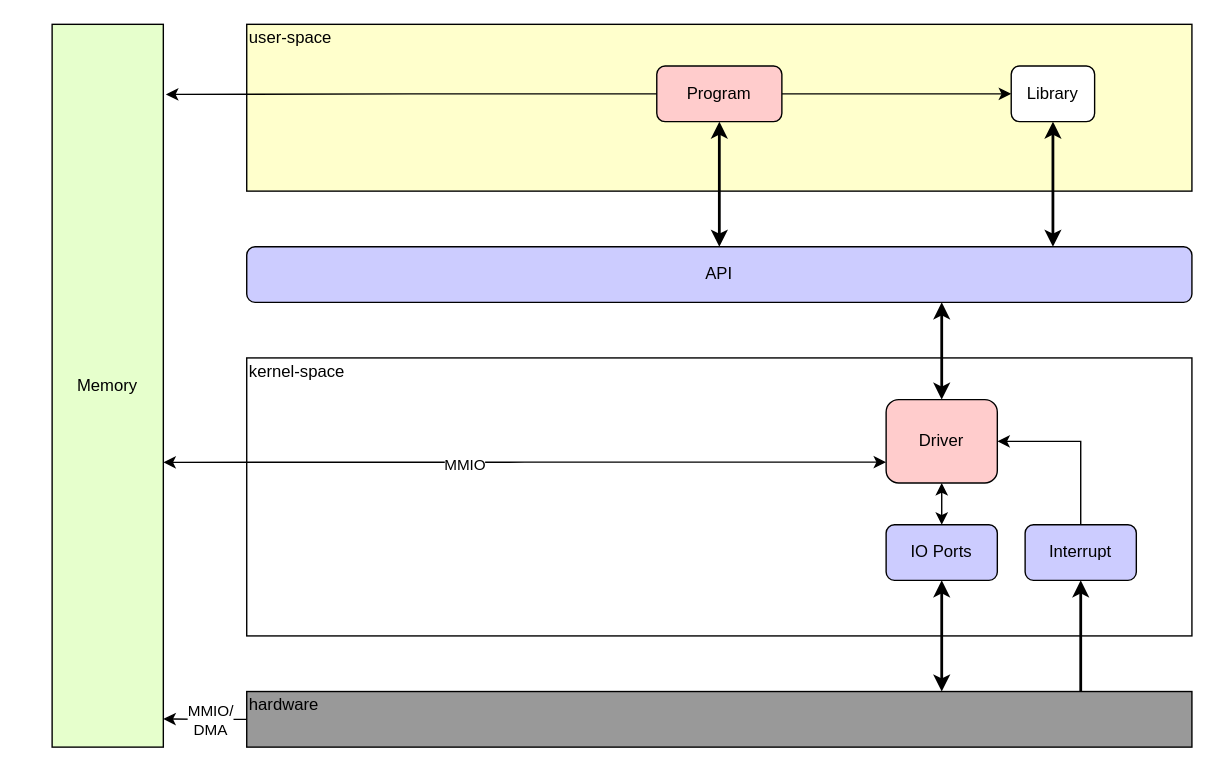
The draw.io diagram docs/os_schema.drawio in igmunv/Operation-System, before the edit. Source tidied: cells renumbered, new cells numbered last; positions are measured from the earlier drawing's top-left corner, leaving out a move shared by most shapes. Both pictures are drawn from the tidied source at 139%, with x=0, y=0 at pixel (51, 24).
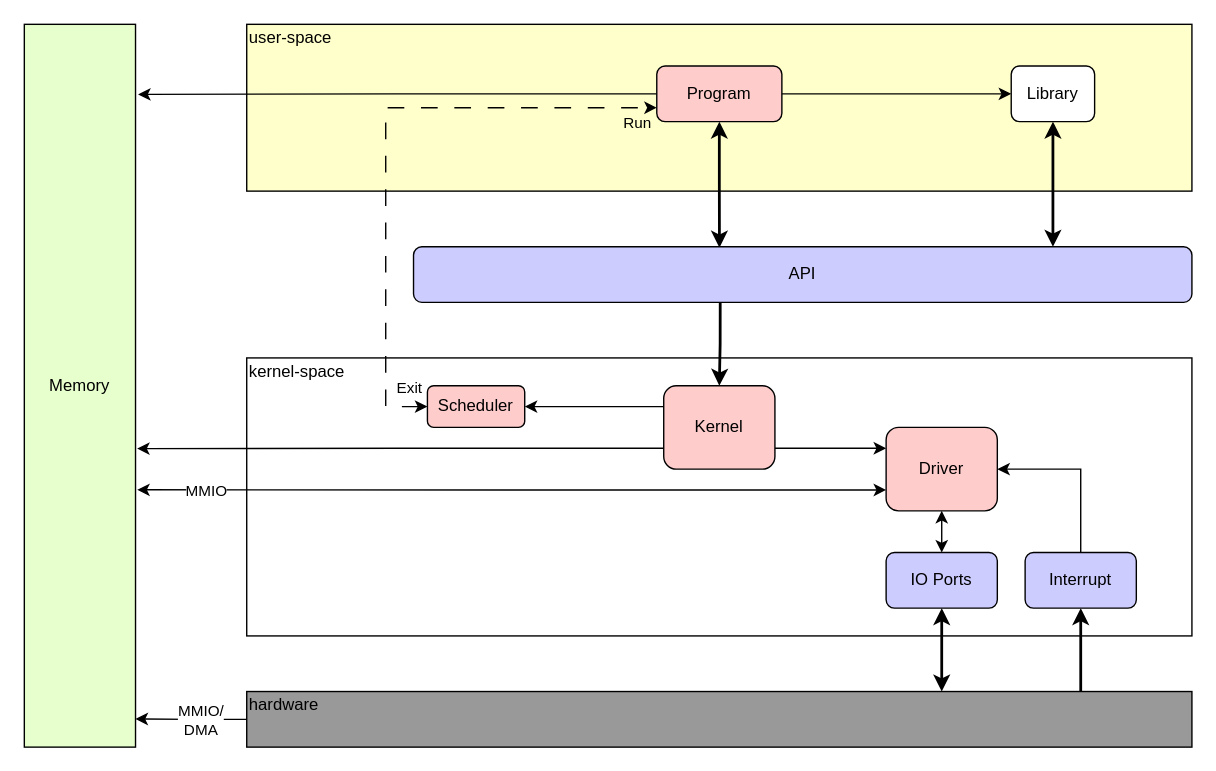
The same diagram, later.

The change refers to these unchanged cells:
```xml
<mxCell id="11" value="Program" style="rounded=1;whiteSpace=wrap;html=1;fillColor=#FFCCCC;" parent="1" vertex="1">
  <mxGeometry x="435" y="30" width="90" height="40" as="geometry" />
</mxCell>
```

Diff of the diagram source:
```diff
@@
-    <mxCell id="10" style="edgeStyle=orthogonalEdgeStyle;rounded=0;jettySize=auto;html=1;exitX=0.5;exitY=1;exitDx=0;exitDy=0;entryX=0.5;entryY=0;entryDx=0;entryDy=0;strokeWidth=2;endArrow=classic;endFill=1;startArrow=classic;startFill=1;" parent="1" edge="1" source="11" target="13">
+    <mxCell id="10" style="edgeStyle=orthogonalEdgeStyle;rounded=0;jettySize=auto;html=1;exitX=0.5;exitY=1;exitDx=0;exitDy=0;entryX=0.393;entryY=0.017;entryDx=0;entryDy=0;strokeWidth=2;endArrow=classic;endFill=1;startArrow=classic;startFill=1;entryPerimeter=0;" parent="1" edge="1" source="11" target="13">
       <mxGeometry relative="1" as="geometry" />
     </mxCell>
@@
-    <mxCell id="12" style="edgeStyle=orthogonalEdgeStyle;rounded=0;jettySize=auto;html=1;entryX=0.5;entryY=0;entryDx=0;entryDy=0;strokeWidth=2;startArrow=classic;startFill=1;" parent="1" edge="1" source="13" target="16">
-      <mxGeometry relative="1" as="geometry">
-        <Array as="points">
-          <mxPoint x="640" y="250" />
-          <mxPoint x="640" y="250" />
-        </Array>
-      </mxGeometry>
-    </mxCell>
+    <mxCell id="28" style="edgeStyle=orthogonalEdgeStyle;rounded=0;jettySize=auto;html=1;entryX=0.5;entryY=0;entryDx=0;entryDy=0;strokeWidth=2;exitX=0.394;exitY=1.003;exitDx=0;exitDy=0;exitPerimeter=0;" parent="1" edge="1" source="13" target="31">
+      <mxGeometry relative="1" as="geometry" />
+    </mxCell>
     <mxCell id="13" value="API" style="rounded=1;whiteSpace=wrap;html=1;fillColor=#CCCCFF;" parent="1" vertex="1">
-      <mxGeometry x="140" y="160" width="680" height="40" as="geometry" />
+      <mxGeometry x="260" y="160" width="560" height="40" as="geometry" />
     </mxCell>
@@
     <mxCell id="16" value="Driver" style="rounded=1;whiteSpace=wrap;html=1;fillColor=#FFCCCC;" parent="1" vertex="1">
-      <mxGeometry x="600" y="270" width="80" height="60" as="geometry" />
+      <mxGeometry x="600" y="290" width="80" height="60" as="geometry" />
     </mxCell>
@@
     <mxCell id="18" value="Memory" style="rounded=0;whiteSpace=wrap;html=1;fillColor=#E6FFCC;" parent="1" vertex="1">
-      <mxGeometry width="80" height="520" as="geometry" />
+      <mxGeometry x="-20" width="80" height="520" as="geometry" />
     </mxCell>
@@
     <mxCell id="21" value="Interrupt" style="rounded=1;whiteSpace=wrap;html=1;fillColor=#CCCCFF;" parent="1" vertex="1">
-      <mxGeometry x="700" y="360" width="80" height="40" as="geometry" />
+      <mxGeometry x="700" y="380" width="80" height="40" as="geometry" />
     </mxCell>
     <mxCell id="22" value="IO Ports" style="rounded=1;whiteSpace=wrap;html=1;fillColor=#CCCCFF;" parent="1" vertex="1">
-      <mxGeometry x="600" y="360" width="80" height="40" as="geometry" />
+      <mxGeometry x="600" y="380" width="80" height="40" as="geometry" />
     </mxCell>
@@
-    <mxCell id="26" style="edgeStyle=orthogonalEdgeStyle;rounded=0;jettySize=auto;html=1;exitX=0;exitY=0.75;exitDx=0;exitDy=0;entryX=1;entryY=0.606;entryDx=0;entryDy=0;entryPerimeter=0;startArrow=classic;startFill=1;" parent="1" edge="1" source="16" target="18">
+    <mxCell id="26" style="edgeStyle=orthogonalEdgeStyle;rounded=0;jettySize=auto;html=1;exitX=0;exitY=0.75;exitDx=0;exitDy=0;startArrow=classic;startFill=1;entryX=1.015;entryY=0.644;entryDx=0;entryDy=0;entryPerimeter=0;" parent="1" edge="1" source="16" target="18">
       <mxGeometry relative="1" as="geometry" />
     </mxCell>
     <mxCell id="27" value="MMIO" style="edgeLabel;html=1;align=center;verticalAlign=middle;" parent="26" vertex="1">
-      <mxGeometry x="0.17" y="1" relative="1" as="geometry" />
+      <mxGeometry x="0.17" y="1" relative="1" as="geometry">
+        <mxPoint x="-175" as="offset" />
+      </mxGeometry>
     </mxCell>
+    <mxCell id="29" style="edgeStyle=orthogonalEdgeStyle;rounded=0;jettySize=auto;html=1;exitX=1;exitY=0.75;exitDx=0;exitDy=0;entryX=0;entryY=0.25;entryDx=0;entryDy=0;" parent="1" edge="1" source="31" target="16">
+      <mxGeometry relative="1" as="geometry" />
+    </mxCell>
+    <mxCell id="30" style="edgeStyle=orthogonalEdgeStyle;rounded=0;jettySize=auto;html=1;exitX=0;exitY=0.25;exitDx=0;exitDy=0;entryX=1;entryY=0.5;entryDx=0;entryDy=0;" parent="1" edge="1" source="31" target="35">
+      <mxGeometry relative="1" as="geometry" />
+    </mxCell>
+    <mxCell id="31" value="Kernel" style="rounded=1;whiteSpace=wrap;html=1;fillColor=#FFCCCC;" parent="1" vertex="1">
+      <mxGeometry x="440" y="260" width="80" height="60" as="geometry" />
+    </mxCell>
+    <mxCell id="32" style="edgeStyle=orthogonalEdgeStyle;rounded=0;jettySize=auto;html=1;exitX=0;exitY=0.5;exitDx=0;exitDy=0;entryX=0;entryY=0.75;entryDx=0;entryDy=0;strokeWidth=1;dashed=1;dashPattern=12 12;startArrow=classic;startFill=1;" parent="1" edge="1" source="35" target="11">
+      <mxGeometry relative="1" as="geometry">
+        <Array as="points">
+          <mxPoint x="240" y="275" />
+          <mxPoint x="240" y="60" />
+        </Array>
+      </mxGeometry>
+    </mxCell>
+    <mxCell id="33" value="Run" style="edgeLabel;html=1;align=center;verticalAlign=middle;fontColor=default;labelBackgroundColor=none;" parent="32" vertex="1">
+      <mxGeometry x="-0.33" y="2" relative="1" as="geometry">
+        <mxPoint x="182" y="-88" as="offset" />
+      </mxGeometry>
+    </mxCell>
+    <mxCell id="34" value="Exit" style="edgeLabel;html=1;align=center;verticalAlign=middle;labelBackgroundColor=none;" parent="32" vertex="1">
+      <mxGeometry x="-0.18" relative="1" as="geometry">
+        <mxPoint x="16" y="136" as="offset" />
+      </mxGeometry>
+    </mxCell>
+    <mxCell id="35" value="Scheduler" style="rounded=1;whiteSpace=wrap;html=1;fillColor=#FFCCCC;" parent="1" vertex="1">
+      <mxGeometry x="270" y="260" width="70" height="30" as="geometry" />
+    </mxCell>
+    <mxCell id="36" style="edgeStyle=orthogonalEdgeStyle;rounded=0;jettySize=auto;html=1;exitX=0;exitY=0.75;exitDx=0;exitDy=0;entryX=1.014;entryY=0.587;entryDx=0;entryDy=0;entryPerimeter=0;" parent="1" edge="1" source="31" target="18">
+      <mxGeometry relative="1" as="geometry" />
+    </mxCell>
```
